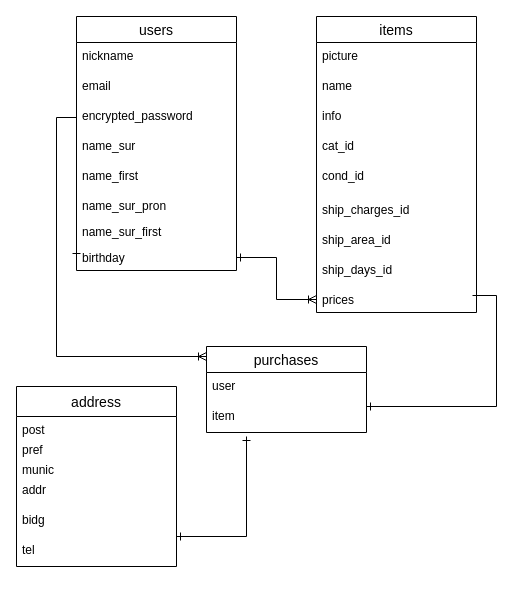
RikuTanioka/furima-36236 keeps this draw.io diagram as test.dio. Above is the earlier version. Source tidied: cells renumbered, new cells numbered last; positions are measured from the earlier drawing's top-left corner, leaving out a move shared by most shapes. Both pictures are drawn from the tidied source at 100%, with x=0, y=0 at pixel (16, 16).
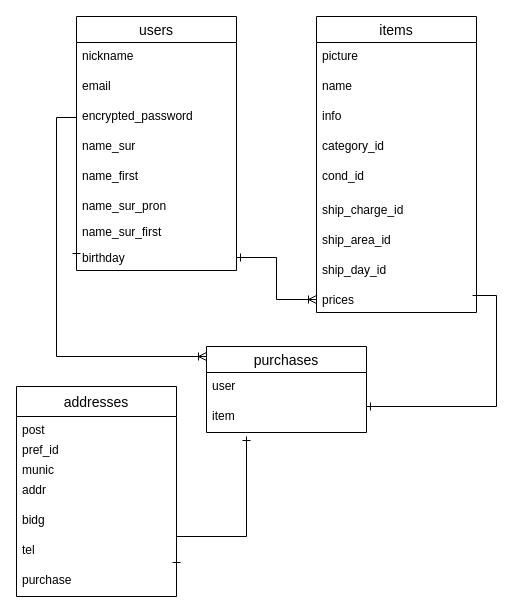
After the change.

The change refers to these unchanged cells:
```xml
<mxCell id="11" value="items" style="swimlane;fontStyle=0;horizontal=1;startSize=26;align=center;fontSize=14;" parent="1" vertex="1">
  <mxGeometry x="300" width="160" height="296" as="geometry" />
</mxCell>
```

Change to the diagram source:
```diff
@@
-    <mxCell id="15" value="cat_id" style="text;strokeColor=none;fillColor=none;spacingLeft=4;spacingRight=4;overflow=hidden;fontSize=12;" parent="11" vertex="1">
+    <mxCell id="15" value="category_id" style="text;strokeColor=none;fillColor=none;spacingLeft=4;spacingRight=4;overflow=hidden;fontSize=12;" parent="11" vertex="1">
       <mxGeometry y="116" width="160" height="30" as="geometry" />
     </mxCell>
@@
-    <mxCell id="17" value="ship_charges_id" style="text;strokeColor=none;fillColor=none;spacingLeft=4;spacingRight=4;overflow=hidden;fontSize=12;" parent="11" vertex="1">
+    <mxCell id="17" value="ship_charge_id" style="text;strokeColor=none;fillColor=none;spacingLeft=4;spacingRight=4;overflow=hidden;fontSize=12;" parent="11" vertex="1">
       <mxGeometry y="180" width="160" height="30" as="geometry" />
     </mxCell>
@@
-    <mxCell id="19" value="ship_days_id" style="text;strokeColor=none;fillColor=none;spacingLeft=4;spacingRight=4;overflow=hidden;fontSize=12;" parent="11" vertex="1">
+    <mxCell id="19" value="ship_day_id" style="text;strokeColor=none;fillColor=none;spacingLeft=4;spacingRight=4;overflow=hidden;fontSize=12;" parent="11" vertex="1">
       <mxGeometry y="240" width="160" height="30" as="geometry" />
     </mxCell>
@@
-    <mxCell id="25" value="address" style="swimlane;fontStyle=0;horizontal=1;startSize=30;align=center;fontSize=14;" parent="1" vertex="1">
-      <mxGeometry y="370" width="160" height="180" as="geometry" />
+    <mxCell id="25" value="addresses" style="swimlane;fontStyle=0;horizontal=1;startSize=30;align=center;fontSize=14;" parent="1" vertex="1">
+      <mxGeometry y="370" width="160" height="210" as="geometry" />
     </mxCell>
@@
-    <mxCell id="27" value="pref" style="text;strokeColor=none;fillColor=none;spacingLeft=4;spacingRight=4;overflow=hidden;fontSize=12;" parent="25" vertex="1">
+    <mxCell id="27" value="pref_id" style="text;strokeColor=none;fillColor=none;spacingLeft=4;spacingRight=4;overflow=hidden;fontSize=12;" parent="25" vertex="1">
       <mxGeometry y="50" width="160" height="20" as="geometry" />
     </mxCell>
@@
+    <mxCell id="35" value="tel" style="text;strokeColor=none;fillColor=none;spacingLeft=4;spacingRight=4;overflow=hidden;fontSize=12;" parent="25" vertex="1">
+      <mxGeometry y="150" width="160" height="30" as="geometry" />
+    </mxCell>
-    <mxCell id="31" value="tel" style="text;strokeColor=none;fillColor=none;spacingLeft=4;spacingRight=4;overflow=hidden;points=[[0,0.5],[1,0.5]];portConstraint=eastwest;fontSize=12;" parent="25" vertex="1">
-      <mxGeometry y="150" width="160" height="30" as="geometry" />
+    <mxCell id="31" value="purchase" style="text;strokeColor=none;fillColor=none;spacingLeft=4;spacingRight=4;overflow=hidden;points=[[0,0.5],[1,0.5]];portConstraint=eastwest;fontSize=12;" parent="25" vertex="1">
+      <mxGeometry y="180" width="160" height="30" as="geometry" />
     </mxCell>
```
